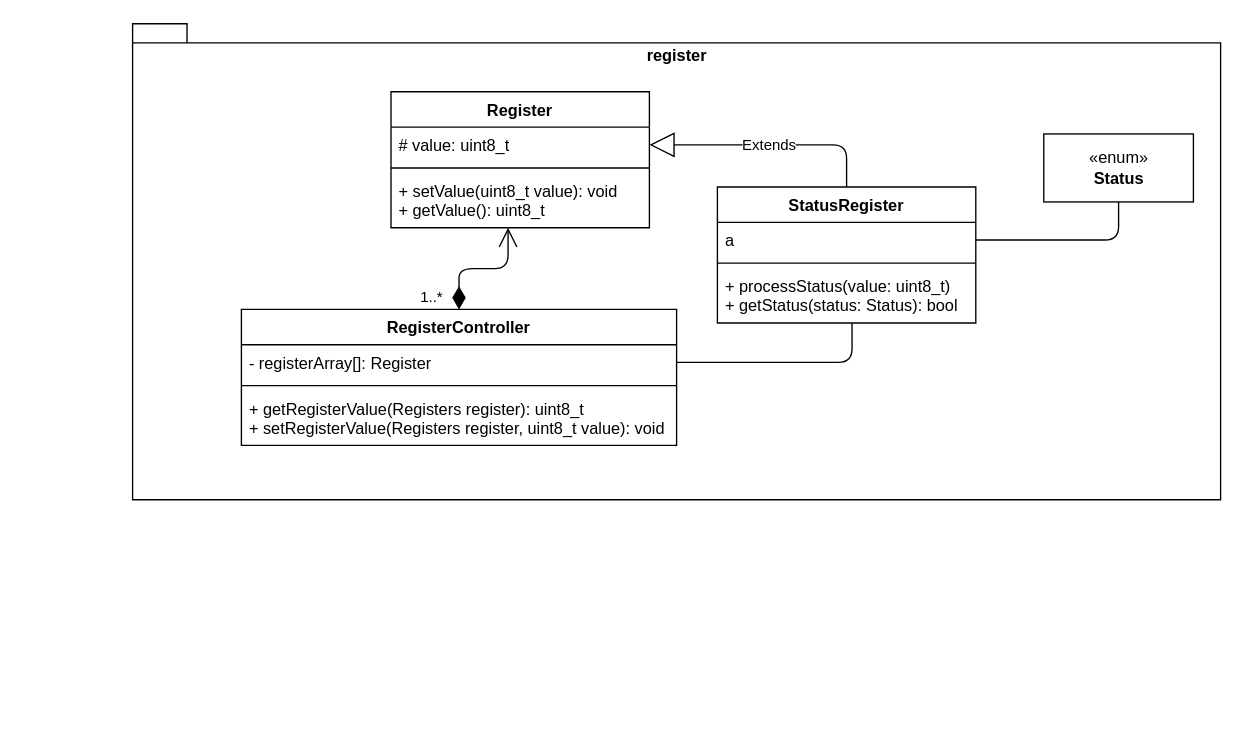
Above: page "Register" (2 of 4) of doc/6502-Diagram.drawio in poundflag/MOS-6502-Emulator-Base (draw.io), before the change. Source tidied: cells renumbered, new cells numbered last; positions are measured from the earlier drawing's top-left corner, leaving out a move shared by most shapes. Both pictures are drawn from the tidied source at 136%, with x=0, y=0 at pixel (132, 23).
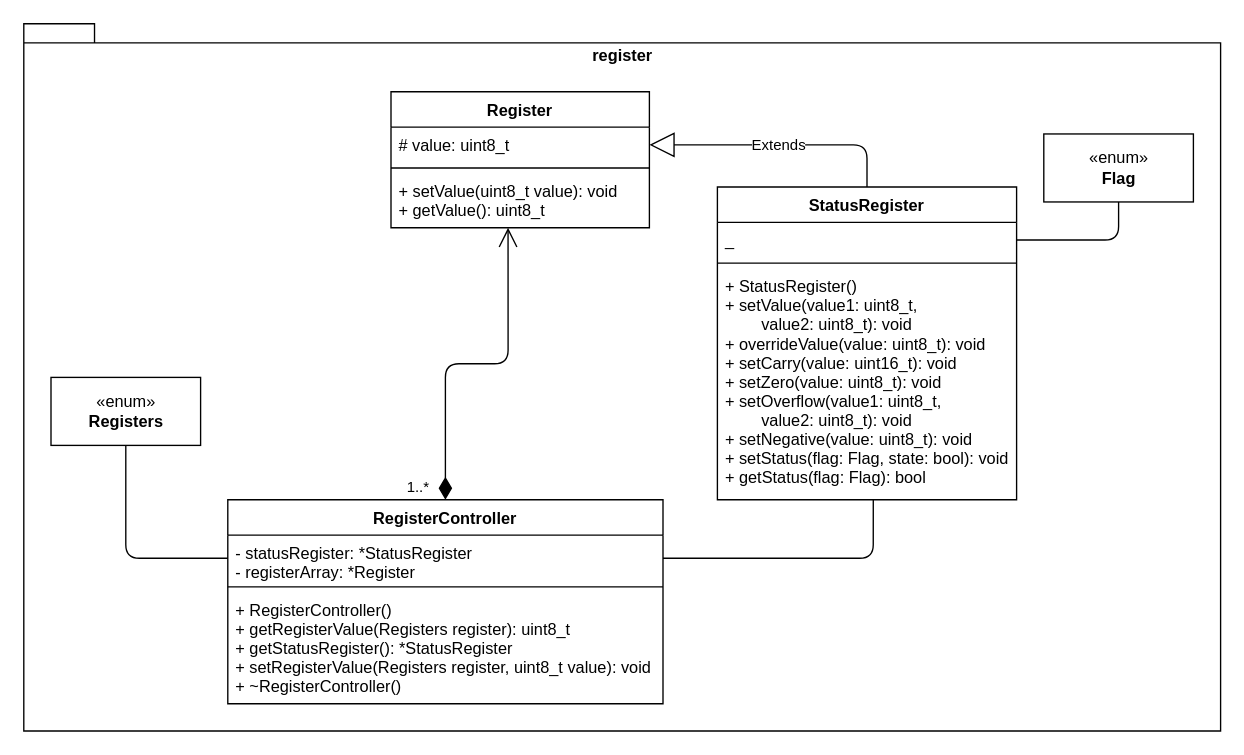
The same page after the edit.

Unchanged cells that the change refers to:
```xml
<mxCell id="4" value="# value: uint8_t" style="text;strokeColor=none;fillColor=none;align=left;verticalAlign=top;spacingLeft=4;spacingRight=4;overflow=hidden;points=[[0,0.5],[1,0.5]];portConstraint=eastwest;" parent="3" vertex="1">
  <mxGeometry y="26" width="190" height="26" as="geometry" />
</mxCell>
```

What changed in the source:
```diff
@@
     <mxCell id="2" value="register" style="shape=folder;fontStyle=1;spacingTop=10;tabWidth=40;tabHeight=14;tabPosition=left;html=1;verticalAlign=top;align=center;" parent="1" vertex="1">
-      <mxGeometry width="800" height="350" as="geometry" />
+      <mxGeometry x="-80" width="880" height="520" as="geometry" />
     </mxCell>
@@
     <mxCell id="7" value="RegisterController" style="swimlane;fontStyle=1;align=center;verticalAlign=top;horizontal=1;startSize=26;" parent="1" vertex="1">
-      <mxGeometry x="80" y="210" width="320" height="100" as="geometry" />
+      <mxGeometry x="70" y="350" width="320" height="150" as="geometry" />
     </mxCell>
-    <mxCell id="8" value="- registerArray[]: Register" style="text;strokeColor=none;fillColor=none;align=left;verticalAlign=top;spacingLeft=4;spacingRight=4;overflow=hidden;points=[[0,0.5],[1,0.5]];portConstraint=eastwest;" parent="7" vertex="1">
-      <mxGeometry y="26" width="320" height="26" as="geometry" />
+    <mxCell id="8" value="- statusRegister: *StatusRegister&#10;- registerArray: *Register" style="text;strokeColor=none;fillColor=none;align=left;verticalAlign=top;spacingLeft=4;spacingRight=4;overflow=hidden;points=[[0,0.5],[1,0.5]];portConstraint=eastwest;" parent="7" vertex="1">
+      <mxGeometry y="26" width="320" height="34" as="geometry" />
     </mxCell>
     <mxCell id="9" style="line;strokeWidth=1;fillColor=none;align=left;verticalAlign=middle;spacingTop=-1;spacingLeft=3;spacingRight=3;labelPosition=right;" parent="7" vertex="1">
-      <mxGeometry y="52" width="320" height="8" as="geometry" />
+      <mxGeometry y="60" width="320" height="8" as="geometry" />
     </mxCell>
-    <mxCell id="10" value="+ getRegisterValue(Registers register): uint8_t&#10;+ setRegisterValue(Registers register, uint8_t value): void" style="text;strokeColor=none;fillColor=none;align=left;verticalAlign=top;spacingLeft=4;spacingRight=4;overflow=hidden;" parent="7" vertex="1">
-      <mxGeometry y="60" width="320" height="40" as="geometry" />
+    <mxCell id="10" value="+ RegisterController()&#10;+ getRegisterValue(Registers register): uint8_t&#10;+ getStatusRegister(): *StatusRegister&#10;+ setRegisterValue(Registers register, uint8_t value): void&#10;+ ~RegisterController()" style="text;strokeColor=none;fillColor=none;align=left;verticalAlign=top;spacingLeft=4;spacingRight=4;overflow=hidden;" parent="7" vertex="1">
+      <mxGeometry y="68" width="320" height="82" as="geometry" />
     </mxCell>
     <mxCell id="11" value="StatusRegister" style="swimlane;fontStyle=1;align=center;verticalAlign=top;horizontal=1;startSize=26;" parent="1" vertex="1">
-      <mxGeometry x="430" y="120" width="190" height="100" as="geometry" />
+      <mxGeometry x="430" y="120" width="220" height="230" as="geometry" />
     </mxCell>
-    <mxCell id="12" value="a" style="text;strokeColor=none;fillColor=none;align=left;verticalAlign=top;spacingLeft=4;spacingRight=4;overflow=hidden;points=[[0,0.5],[1,0.5]];portConstraint=eastwest;" parent="11" vertex="1">
-      <mxGeometry y="26" width="190" height="26" as="geometry" />
+    <mxCell id="12" value="_" style="text;strokeColor=none;fillColor=none;align=left;verticalAlign=top;spacingLeft=4;spacingRight=4;overflow=hidden;points=[[0,0.5],[1,0.5]];portConstraint=eastwest;" parent="11" vertex="1">
+      <mxGeometry y="26" width="220" height="26" as="geometry" />
     </mxCell>
     <mxCell id="13" style="line;strokeWidth=1;fillColor=none;align=left;verticalAlign=middle;spacingTop=-1;spacingLeft=3;spacingRight=3;labelPosition=right;" parent="11" vertex="1">
-      <mxGeometry y="52" width="190" height="8" as="geometry" />
+      <mxGeometry y="52" width="220" height="8" as="geometry" />
     </mxCell>
-    <mxCell id="14" value="+ processStatus(value: uint8_t)&#10;+ getStatus(status: Status): bool" style="text;strokeColor=none;fillColor=none;align=left;verticalAlign=top;spacingLeft=4;spacingRight=4;overflow=hidden;points=[[0,0.5],[1,0.5]];portConstraint=eastwest;" parent="11" vertex="1">
-      <mxGeometry y="60" width="190" height="40" as="geometry" />
+    <mxCell id="14" value="+ StatusRegister()&#10;+ setValue(value1: uint8_t, &#10;        value2: uint8_t): void&#10;+ overrideValue(value: uint8_t): void&#10;+ setCarry(value: uint16_t): void&#10;+ setZero(value: uint8_t): void&#10;+ setOverflow(value1: uint8_t,&#10;        value2: uint8_t): void&#10;+ setNegative(value: uint8_t): void&#10;+ setStatus(flag: Flag, state: bool): void&#10;+ getStatus(flag: Flag): bool" style="text;strokeColor=none;fillColor=none;align=left;verticalAlign=top;spacingLeft=4;spacingRight=4;overflow=hidden;points=[[0,0.5],[1,0.5]];portConstraint=eastwest;" parent="11" vertex="1">
+      <mxGeometry y="60" width="220" height="170" as="geometry" />
     </mxCell>
@@
     <mxCell id="16" value="Extends" style="endArrow=block;endSize=16;endFill=0;html=1;exitX=0.5;exitY=0;exitDx=0;exitDy=0;entryX=1;entryY=0.5;entryDx=0;entryDy=0;" parent="1" edge="1" source="11" target="4">
       <mxGeometry relative="1" as="geometry">
         <Array as="points">
-          <mxPoint x="525" y="89" />
+          <mxPoint x="540" y="89" />
         </Array>
       </mxGeometry>
     </mxCell>
@@
-    <mxCell id="18" value="«enum»&lt;br&gt;&lt;b&gt;Status&lt;/b&gt;" style="html=1;" parent="1" vertex="1">
+    <mxCell id="18" value="«enum»&lt;br&gt;&lt;b&gt;Flag&lt;/b&gt;" style="html=1;" parent="1" vertex="1">
       <mxGeometry x="670" y="81" width="110" height="50" as="geometry" />
     </mxCell>
@@
+    <mxCell id="20" value="«enum»&lt;br&gt;&lt;b&gt;Registers&lt;/b&gt;" style="html=1;" parent="1" vertex="1">
+      <mxGeometry x="-60" y="260" width="110" height="50" as="geometry" />
+    </mxCell>
+    <mxCell id="21" style="endArrow=none;html=1;edgeStyle=orthogonalEdgeStyle;exitX=0;exitY=0.5;exitDx=0;exitDy=0;entryX=0.5;entryY=1;entryDx=0;entryDy=0;" parent="1" edge="1" source="8" target="20">
+      <mxGeometry relative="1" as="geometry" />
+    </mxCell>
```
